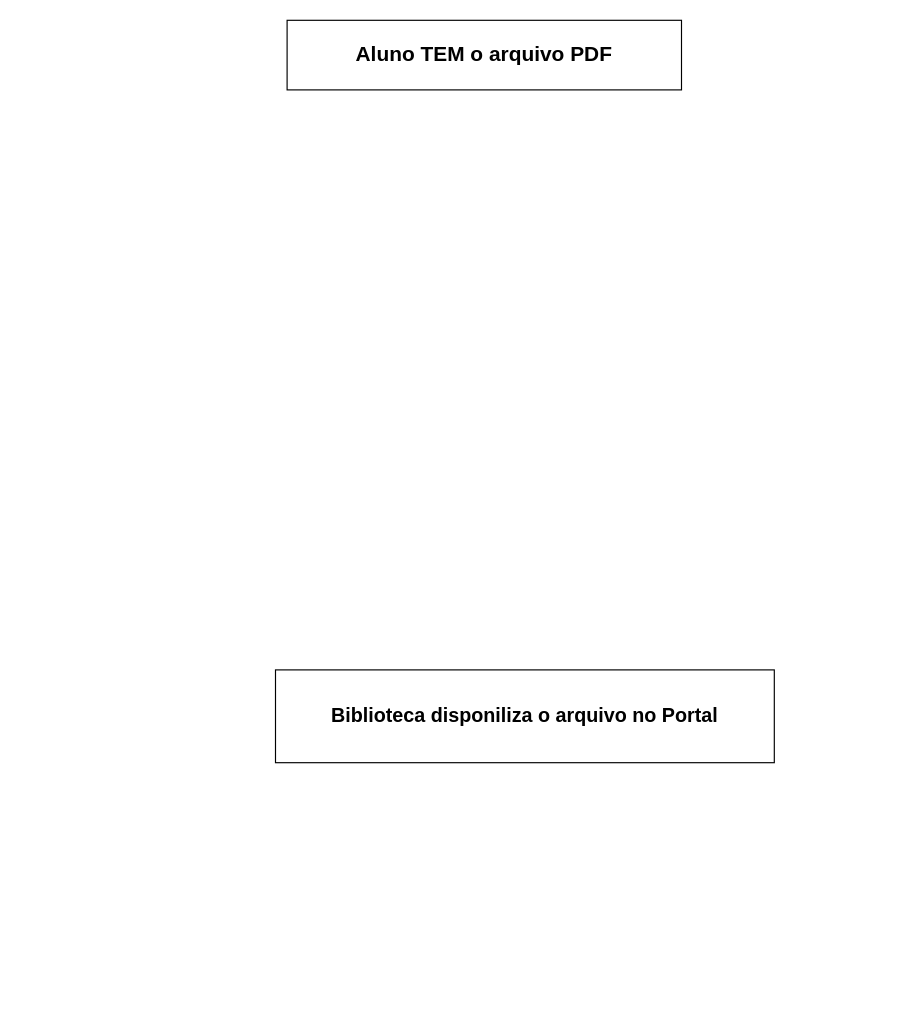
thiagogomesverissimo/diagrams keeps this draw.io diagram as Untitled Diagram.drawio. Above is the earlier version. Source tidied: cells renumbered, new cells numbered last; positions are measured from the earlier drawing's top-left corner, leaving out a move shared by most shapes. Both pictures are drawn from the tidied source at 116%, with x=0, y=0 at pixel (275, 20).
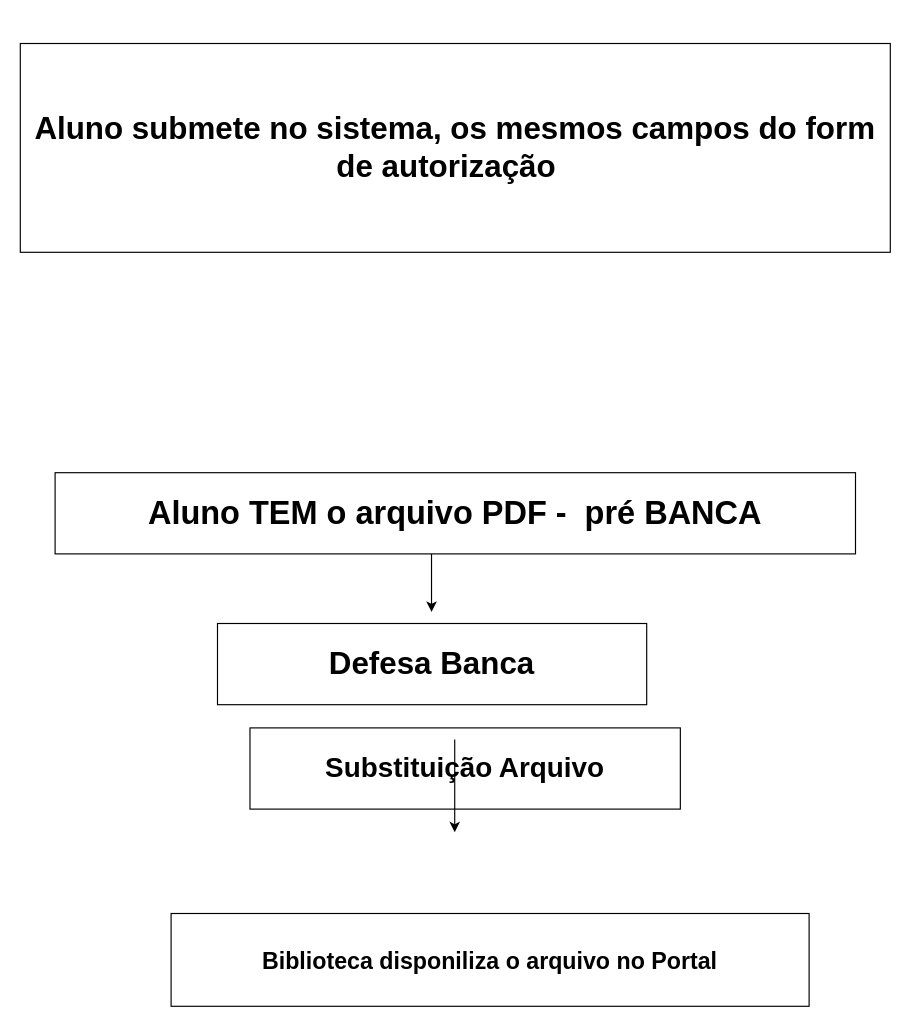
The same page after the edit.

Diff of the diagram source:
```diff
@@
 <mxGraphModel>
   <root>
     <mxCell id="0" />
     <mxCell id="1" parent="0" />
-    <mxCell id="2" value="&lt;b&gt;&lt;font style=&quot;font-size: 18px&quot;&gt;Aluno TEM o arquivo PDF&lt;/font&gt;&lt;/b&gt;" style="rounded=0;whiteSpace=wrap;html=1;" parent="1" vertex="1">
-      <mxGeometry x="10" width="340" height="60" as="geometry" />
+    <mxCell id="2" value="&lt;font style=&quot;font-size: 28px&quot;&gt;&lt;b&gt;&lt;font style=&quot;font-size: 28px&quot;&gt;Aluno TEM o arquivo PDF -&amp;nbsp; pré BANCA&lt;br&gt;&lt;/font&gt;&lt;/b&gt;&lt;/font&gt;" style="rounded=0;whiteSpace=wrap;html=1;" parent="1" vertex="1">
+      <mxGeometry x="-190" y="390" width="690" height="70" as="geometry" />
     </mxCell>
-    <mxCell id="3" value="&lt;font style=&quot;font-size: 17px&quot;&gt;&lt;b&gt;Biblioteca disponiliza o arquivo no Portal&lt;/b&gt;&lt;/font&gt;" style="rounded=0;whiteSpace=wrap;html=1;" parent="1" vertex="1">
-      <mxGeometry y="560" width="430" height="80" as="geometry" />
+    <mxCell id="3" value="&lt;font style=&quot;font-size: 20px&quot;&gt;&lt;b&gt;Biblioteca disponiliza o arquivo no Portal&lt;/b&gt;&lt;/font&gt;" style="rounded=0;whiteSpace=wrap;html=1;" parent="1" vertex="1">
+      <mxGeometry x="-90" y="770" width="550" height="80" as="geometry" />
     </mxCell>
+    <mxCell id="4" value="&lt;b&gt;&lt;font style=&quot;font-size: 27px&quot;&gt;Defesa Banc&lt;/font&gt;&lt;font style=&quot;font-size: 27px&quot;&gt;a&lt;/font&gt;&lt;/b&gt;" style="rounded=0;whiteSpace=wrap;html=1;" parent="1" vertex="1">
+      <mxGeometry x="-50" y="520" width="370" height="70" as="geometry" />
+    </mxCell>
+    <mxCell id="5" value="&lt;b&gt;&lt;font style=&quot;font-size: 24px&quot;&gt;Substituição Arquivo&lt;/font&gt;&lt;/b&gt;" style="rounded=0;whiteSpace=wrap;html=1;" parent="1" vertex="1">
+      <mxGeometry x="-22" y="610" width="371" height="70" as="geometry" />
+    </mxCell>
+    <mxCell id="6" style="endArrow=classic;html=1;" parent="1" edge="1">
+      <mxGeometry relative="1" as="geometry">
+        <mxPoint x="134.5" y="460" as="sourcePoint" />
+        <mxPoint x="134.5" y="510" as="targetPoint" />
+      </mxGeometry>
+    </mxCell>
+    <mxCell id="7" style="endArrow=classic;html=1;" parent="1" edge="1">
+      <mxGeometry relative="1" as="geometry">
+        <mxPoint x="154.5" y="620" as="sourcePoint" />
+        <mxPoint x="154.5" y="700" as="targetPoint" />
+      </mxGeometry>
+    </mxCell>
+    <mxCell id="8" value="&lt;font style=&quot;font-size: 27px&quot;&gt;&lt;b&gt;&lt;font style=&quot;font-size: 27px&quot;&gt;Aluno submete no sistema, os mesmos campos do form de autorização &amp;nbsp; &lt;/font&gt;&lt;/b&gt;&lt;/font&gt;" style="rounded=0;whiteSpace=wrap;html=1;" parent="1" vertex="1">
+      <mxGeometry x="-220" y="20" width="750" height="180" as="geometry" />
+    </mxCell>
   </root>
 </mxGraphModel>
```
